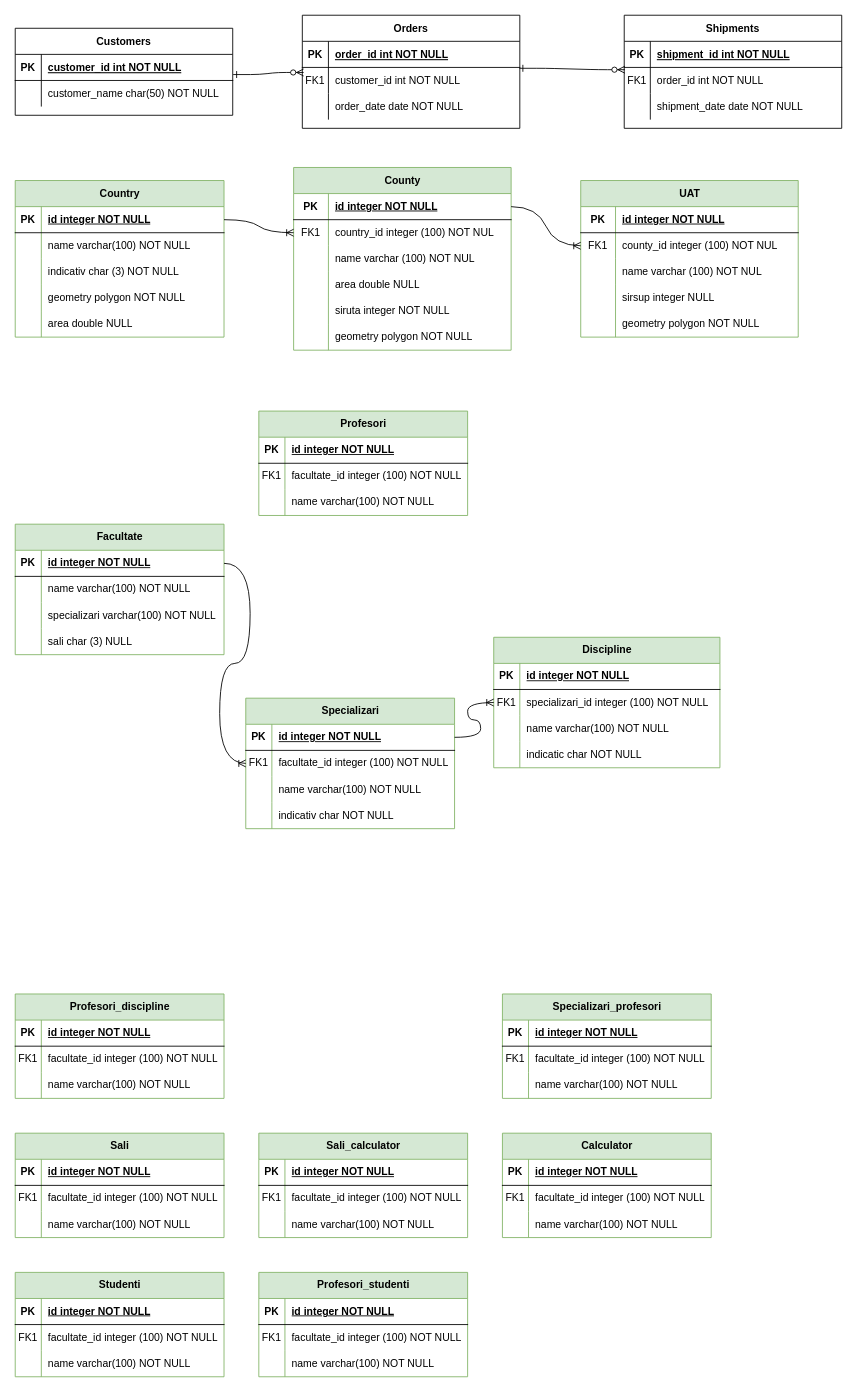
Before: model_conceptual.drawio in andreea-agrisan/modelare_db, a draw.io diagram. Source tidied: cells renumbered, new cells numbered last; positions are measured from the earlier drawing's top-left corner, leaving out a move shared by most shapes. Both pictures are drawn from the tidied source at 87%, with x=0, y=0 at pixel (15, 15).
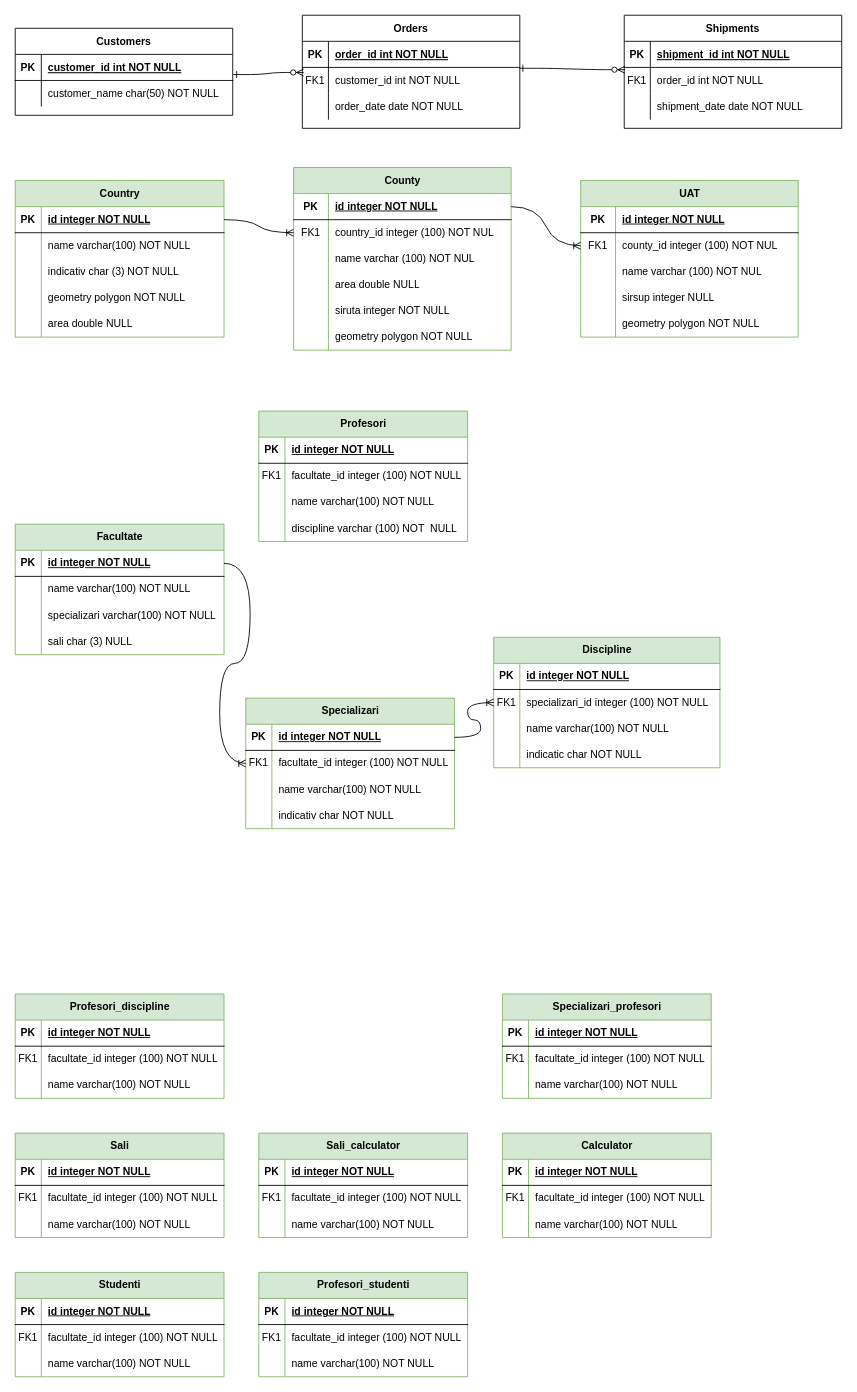
The same diagram, later.

What changed in the source:
```diff
@@
     <mxCell id="134" value="Profesori" style="shape=table;startSize=30;childLayout=tableLayout;rowLines=0;fontStyle=1;align=center;html=1;fillColor=#d5e8d4;strokeColor=#82b366;" parent="1" vertex="1">
-      <mxGeometry x="280" y="455" width="240" height="120" as="geometry" />
+      <mxGeometry x="280" y="455" width="240" height="150" as="geometry" />
     </mxCell>
@@
+    <mxCell id="205" style="shape=tableRow;horizontal=0;startSize=0;swimlaneHead=0;swimlaneBody=0;fillColor=none;top=0;left=0;right=0;bottom=0;" parent="134" vertex="1">
+      <mxGeometry y="120" width="240" height="30" as="geometry" />
+    </mxCell>
+    <mxCell id="206" style="shape=partialRectangle;fillColor=none;top=0;left=0;bottom=0;right=0;overflow=hidden;whiteSpace=wrap;html=1;" parent="205" vertex="1">
+      <mxGeometry width="30" height="30" as="geometry" />
+    </mxCell>
+    <mxCell id="207" value="discipline varchar (100) NOT&amp;nbsp; NULL" style="shape=partialRectangle;fillColor=none;top=0;left=0;bottom=0;right=0;align=left;spacingLeft=6;overflow=hidden;whiteSpace=wrap;html=1;" parent="205" vertex="1">
+      <mxGeometry x="30" width="210" height="30" as="geometry" />
+    </mxCell>
```
